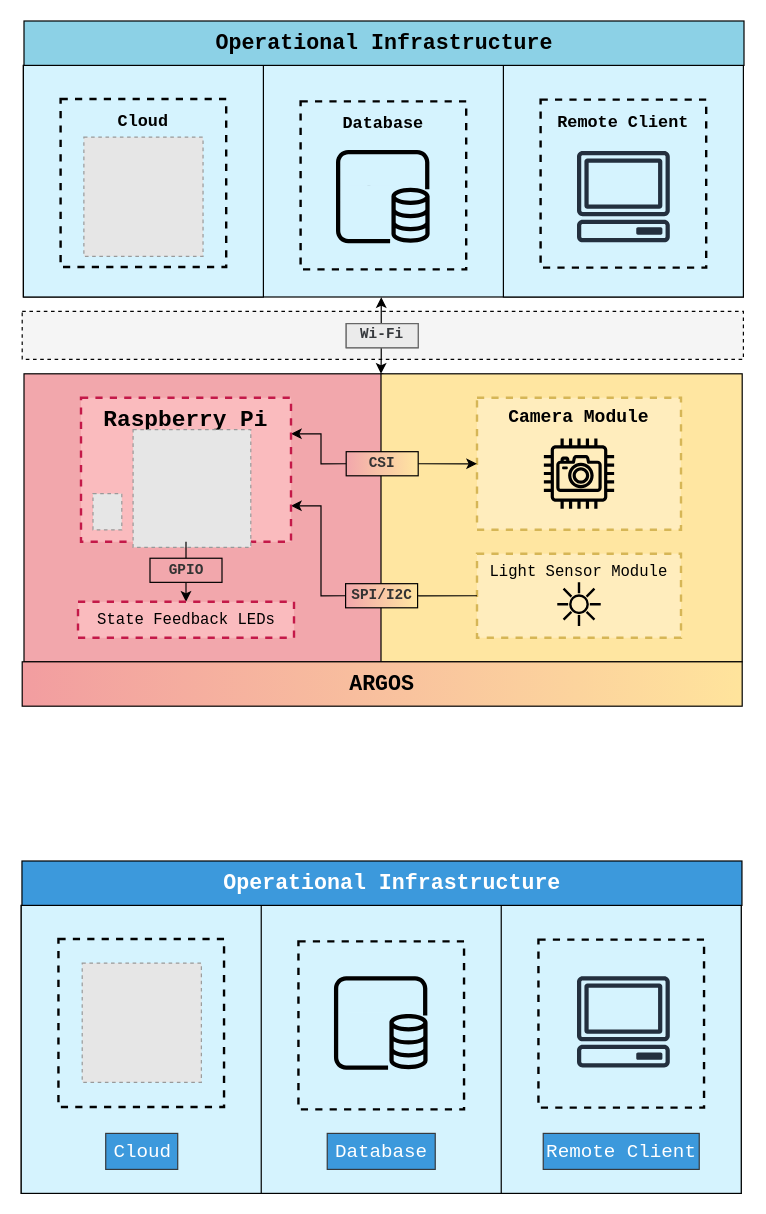
Above: 2. Analysis/3. Hardware Architecture/hardware_architecture.drawio in esrg-silent-howl/argos (draw.io), before the change. Source tidied: cells renumbered, new cells numbered last; positions are measured from the earlier drawing's top-left corner, leaving out a move shared by most shapes. Both pictures are drawn from the tidied source at 120%, with x=0, y=0 at pixel (20, 20). Pictures stored in the file or linked from it are replaced by grey dashed boxes.
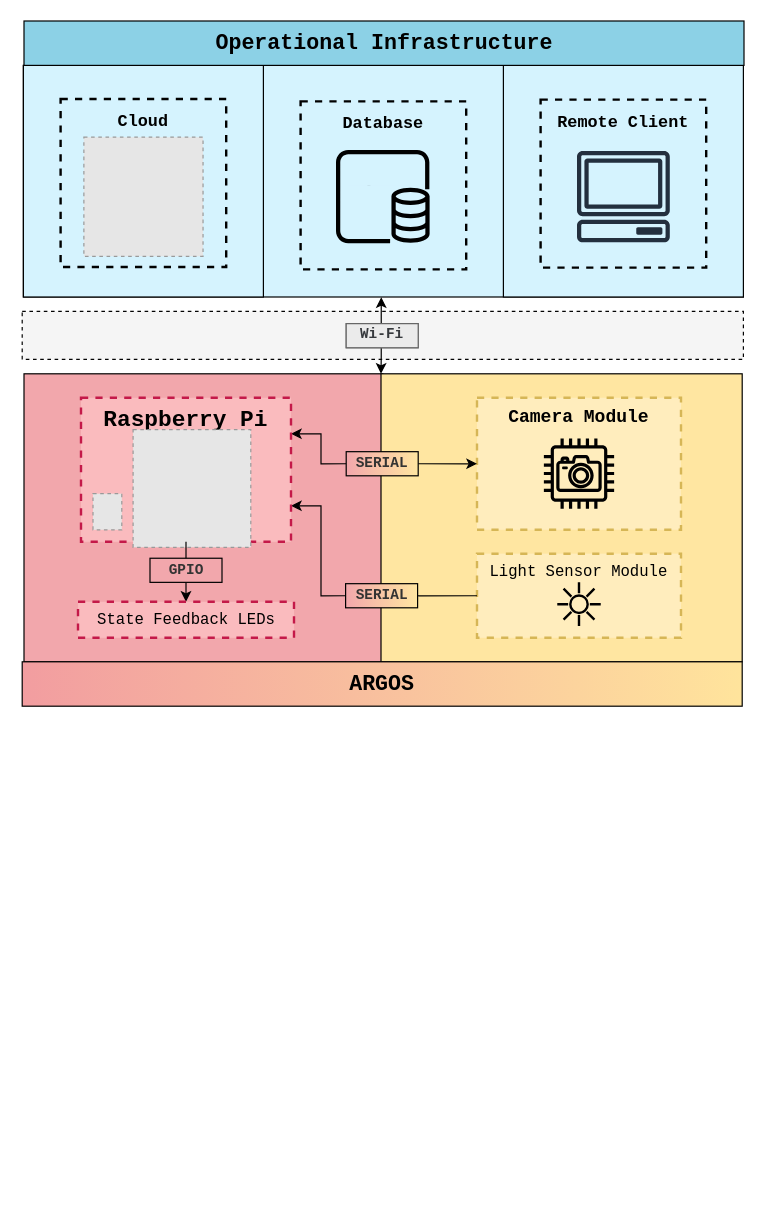
The same diagram, later.

Commit message (it also covers changes not shown here):
UPDT: Small functional changes to the Hardware Architecture diagram

What changed in the source:
```diff
@@
-    <mxCell id="29" value="CSI" style="rounded=0;whiteSpace=wrap;html=1;shadow=0;glass=0;comic=0;labelBackgroundColor=none;strokeWidth=1;fontFamily=consolas;fontSize=12;fontColor=#333333;fillColor=#F2A7AC;gradientDirection=east;gradientColor=#FFE6A1;fontStyle=1;" parent="1" vertex="1">
+    <mxCell id="29" value="SERIAL" style="rounded=0;whiteSpace=wrap;html=1;shadow=0;glass=0;comic=0;labelBackgroundColor=none;strokeWidth=1;fontFamily=consolas;fontSize=12;fontColor=#333333;fillColor=#F2A7AC;gradientDirection=east;gradientColor=#FFE6A1;fontStyle=1;" parent="1" vertex="1">
       <mxGeometry x="271" y="358.9" width="60" height="20.1" as="geometry" />
     </mxCell>
@@
-    <mxCell id="32" value="SPI/I2C" style="rounded=0;whiteSpace=wrap;html=1;shadow=0;glass=0;comic=0;labelBackgroundColor=none;strokeWidth=1;fontFamily=consolas;fontSize=12;fontColor=#333333;fillColor=#F2A7AC;gradientDirection=east;gradientColor=#FFE6A1;fontStyle=1;" parent="1" vertex="1">
+    <mxCell id="32" value="SERIAL" style="rounded=0;whiteSpace=wrap;html=1;shadow=0;glass=0;comic=0;labelBackgroundColor=none;strokeWidth=1;fontFamily=consolas;fontSize=12;fontColor=#333333;fillColor=#F2A7AC;gradientDirection=east;gradientColor=#FFE6A1;fontStyle=1;" parent="1" vertex="1">
       <mxGeometry x="270.5" y="468.9" width="60" height="20.1" as="geometry" />
     </mxCell>
@@
-    <mxCell id="37" style="rounded=0;whiteSpace=wrap;html=1;fontFamily=Courier New;fillColor=#D5F3FE;" parent="1" vertex="1">
-      <mxGeometry x="0.2" y="737" width="600" height="240" as="geometry" />
-    </mxCell>
-    <mxCell id="38" style="rounded=0;whiteSpace=wrap;html=1;fontFamily=Courier New;fillColor=#D5F3FE;" parent="1" vertex="1">
-      <mxGeometry x="400.2" y="737" width="200" height="240" as="geometry" />
-    </mxCell>
-    <mxCell id="39" value="Remote Client" style="rounded=0;whiteSpace=wrap;html=1;fillColor=none;dashed=1;strokeWidth=2;verticalAlign=top;fontSize=13;fontStyle=1;noLabel=1;fontColor=none;" parent="1" vertex="1">
-      <mxGeometry x="431.2" y="765.5" width="138" height="140" as="geometry" />
-    </mxCell>
-    <mxCell id="40" style="rounded=0;whiteSpace=wrap;html=1;fontFamily=Courier New;fillColor=#D5F3FE;" parent="1" vertex="1">
-      <mxGeometry x="0.2" y="737" width="200" height="240" as="geometry" />
-    </mxCell>
-    <mxCell id="41" value="&lt;font style=&quot;font-size: 16px&quot;&gt;Database&lt;/font&gt;" style="text;html=1;align=center;verticalAlign=middle;fillColor=#3C99DC;strokeColor=#36393d;fontFamily=consolas;fontSize=18;fontColor=#FFFFFF;" parent="1" vertex="1">
-      <mxGeometry x="255.2" y="927" width="90" height="30" as="geometry" />
-    </mxCell>
-    <mxCell id="42" value="&lt;font style=&quot;font-size: 16px&quot;&gt;Cloud&lt;/font&gt;" style="text;html=1;align=center;verticalAlign=middle;fillColor=#3C99DC;strokeColor=#36393D;fontFamily=consolas;fontSize=18;fontColor=#FFFFFF;" parent="1" vertex="1">
-      <mxGeometry x="70.6" y="927" width="60" height="30" as="geometry" />
-    </mxCell>
-    <mxCell id="43" value="&lt;font style=&quot;font-size: 16px&quot;&gt;Remote Client&lt;/font&gt;" style="text;html=1;align=center;verticalAlign=middle;fillColor=#3C99DC;strokeColor=#36393d;fontFamily=consolas;fontSize=18;fontColor=#FFFFFF;" parent="1" vertex="1">
-      <mxGeometry x="435.2" y="927" width="130" height="30" as="geometry" />
-    </mxCell>
-    <mxCell id="44" style="rounded=0;whiteSpace=wrap;html=1;fontFamily=Courier New;fillColor=#3C99DC;" parent="1" vertex="1">
-      <mxGeometry x="0.8" y="700" width="600" height="37" as="geometry" />
-    </mxCell>
-    <mxCell id="45" value="&lt;font style=&quot;font-size: 18px&quot;&gt;&lt;b style=&quot;font-size: 18px&quot;&gt;Operational Infrastructure&lt;/b&gt;&lt;/font&gt;" style="text;html=1;align=center;verticalAlign=middle;fillColor=none;strokeColor=none;fontFamily=consolas;fontSize=18;fontColor=#FFFFFF;" parent="1" vertex="1">
-      <mxGeometry x="173.8" y="703.5" width="270" height="30" as="geometry" />
-    </mxCell>
-    <mxCell id="46" style="fillColor=#E6E6E6;strokeColor=#999999;dashed=1;" parent="1" vertex="1">
-      <mxGeometry x="51" y="785.1" width="99.3" height="99.3" as="geometry" />
-    </mxCell>
-    <mxCell id="47" style="fontColor=#232F3E;gradientColor=none;fillColor=#000000;strokeColor=none;dashed=0;verticalLabelPosition=bottom;verticalAlign=top;align=center;html=1;fontSize=12;fontStyle=0;shape=mxgraph.aws4.rds_mysql_instance;" parent="1" vertex="1">
-      <mxGeometry x="260.8" y="796" width="78" height="78" as="geometry" />
-    </mxCell>
-    <mxCell id="48" value="Cloud" style="rounded=0;whiteSpace=wrap;html=1;fillColor=none;dashed=1;strokeWidth=2;verticalAlign=top;fontSize=13;fontStyle=1;noLabel=1;fontColor=none;" parent="1" vertex="1">
-      <mxGeometry x="31.2" y="765" width="138" height="140" as="geometry" />
-    </mxCell>
-    <mxCell id="49" value="Database" style="rounded=0;whiteSpace=wrap;html=1;fillColor=none;dashed=1;strokeWidth=2;verticalAlign=top;fontSize=13;fontStyle=1;noLabel=1;fontColor=none;" parent="1" vertex="1">
-      <mxGeometry x="231.2" y="767" width="138" height="140" as="geometry" />
-    </mxCell>
-    <mxCell id="50" style="fontColor=#232F3E;gradientColor=none;fillColor=#232F3E;strokeColor=none;dashed=0;verticalLabelPosition=bottom;verticalAlign=top;align=center;html=1;fontSize=12;fontStyle=0;shape=mxgraph.aws4.client;" parent="1" vertex="1">
-      <mxGeometry x="463" y="796" width="78" height="76" as="geometry" />
-    </mxCell>
-    <mxCell id="51" style="rounded=0;whiteSpace=wrap;html=1;fontSize=19;align=center;strokeColor=none;fillColor=#D5F3FE;" parent="1" vertex="1">
-      <mxGeometry x="271.2" y="804" width="58" height="22" as="geometry" />
-    </mxCell>
```
